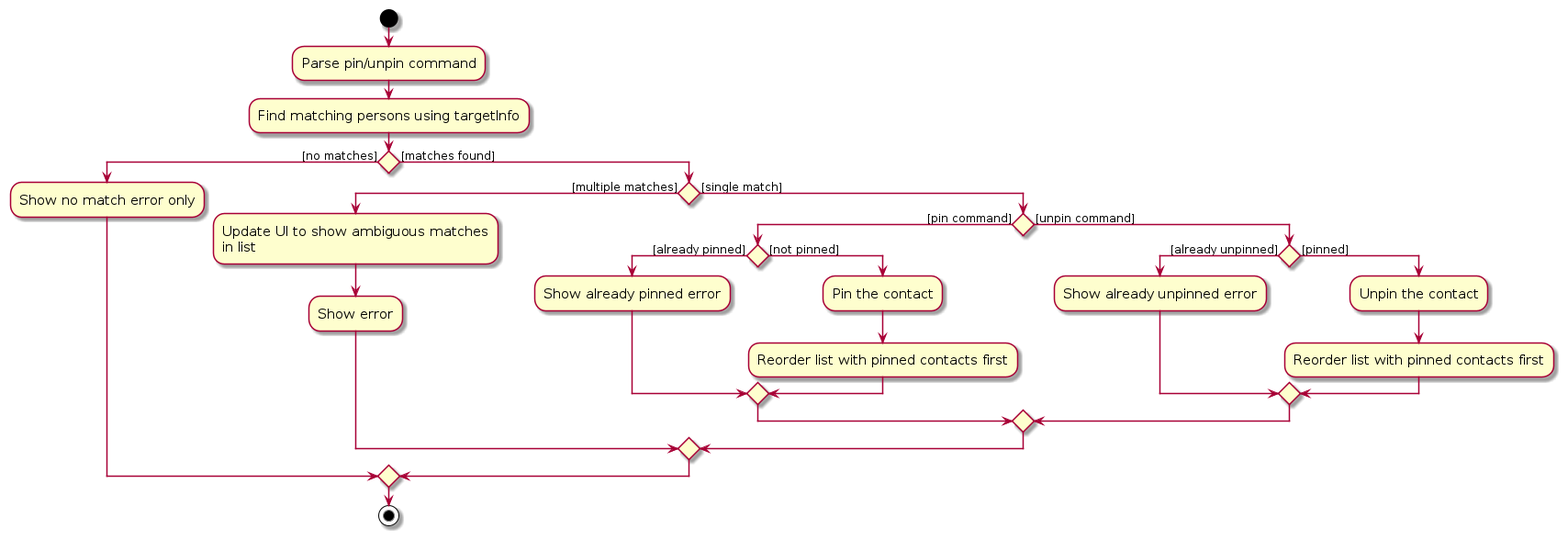
AY2526S2-CS2103-F08-4/tp keeps this PlantUML diagram as diagrams/PinActivityDiagram.png. Above is the earlier version. Its source is kept beside it as diagrams/PinActivityDiagram.puml.
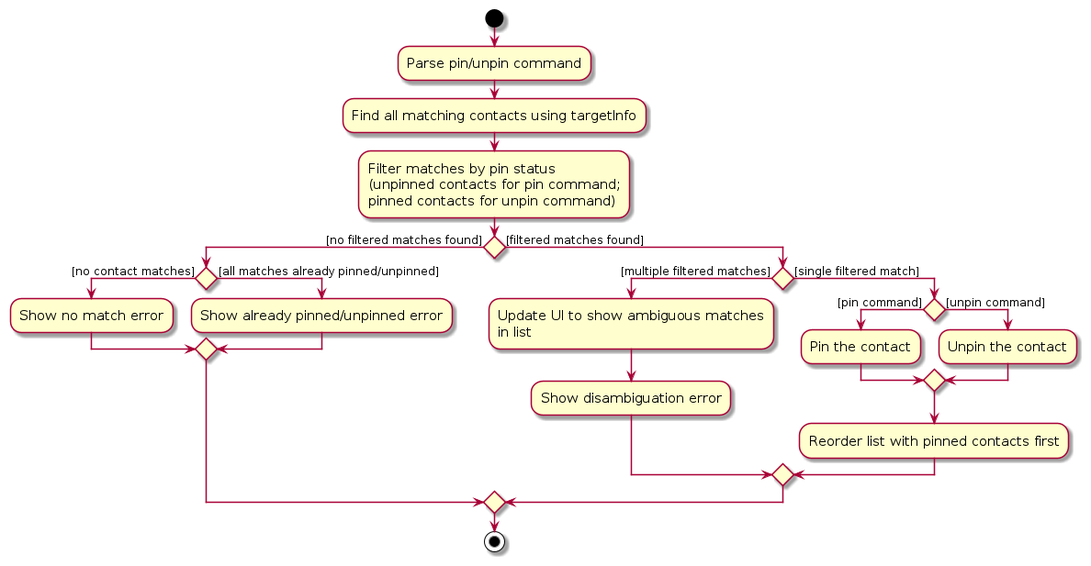
Above is the later version.

Change to the diagram source:
```diff
@@ -5,30 +5,26 @@
 
 start
 :Parse pin/unpin command;
-:Find matching persons using targetInfo;
+:Find all matching contacts using targetInfo;
+:Filter matches by pin status\n(unpinned contacts for pin command;\npinned contacts for unpin command);
 
-if () then ([no matches])
-  :Show no match error only;
-else ([matches found])
-  if () then ([multiple matches])
+if () then ([no filtered matches found])
+  if () then ([no contact matches])
+    :Show no match error;
+  else ([all matches already pinned/unpinned])
+    :Show already pinned/unpinned error;
+  endif
+else ([filtered matches found])
+  if () then ([multiple filtered matches])
     :Update UI to show ambiguous matches\nin list;
-    :Show error;
-  else ([single match])
+    :Show disambiguation error;
+  else ([single filtered match])
     if () then ([pin command])
-      if () then ([already pinned])
-        :Show already pinned error;
-      else ([not pinned])
-        :Pin the contact;
-        :Reorder list with pinned contacts first;
-      endif
+      :Pin the contact;
     else ([unpin command])
-      if () then ([already unpinned])
-        :Show already unpinned error;
-      else ([pinned])
-        :Unpin the contact;
-        :Reorder list with pinned contacts first;
-      endif
+      :Unpin the contact;
     endif
+    :Reorder list with pinned contacts first;
   endif
 endif
 
```
